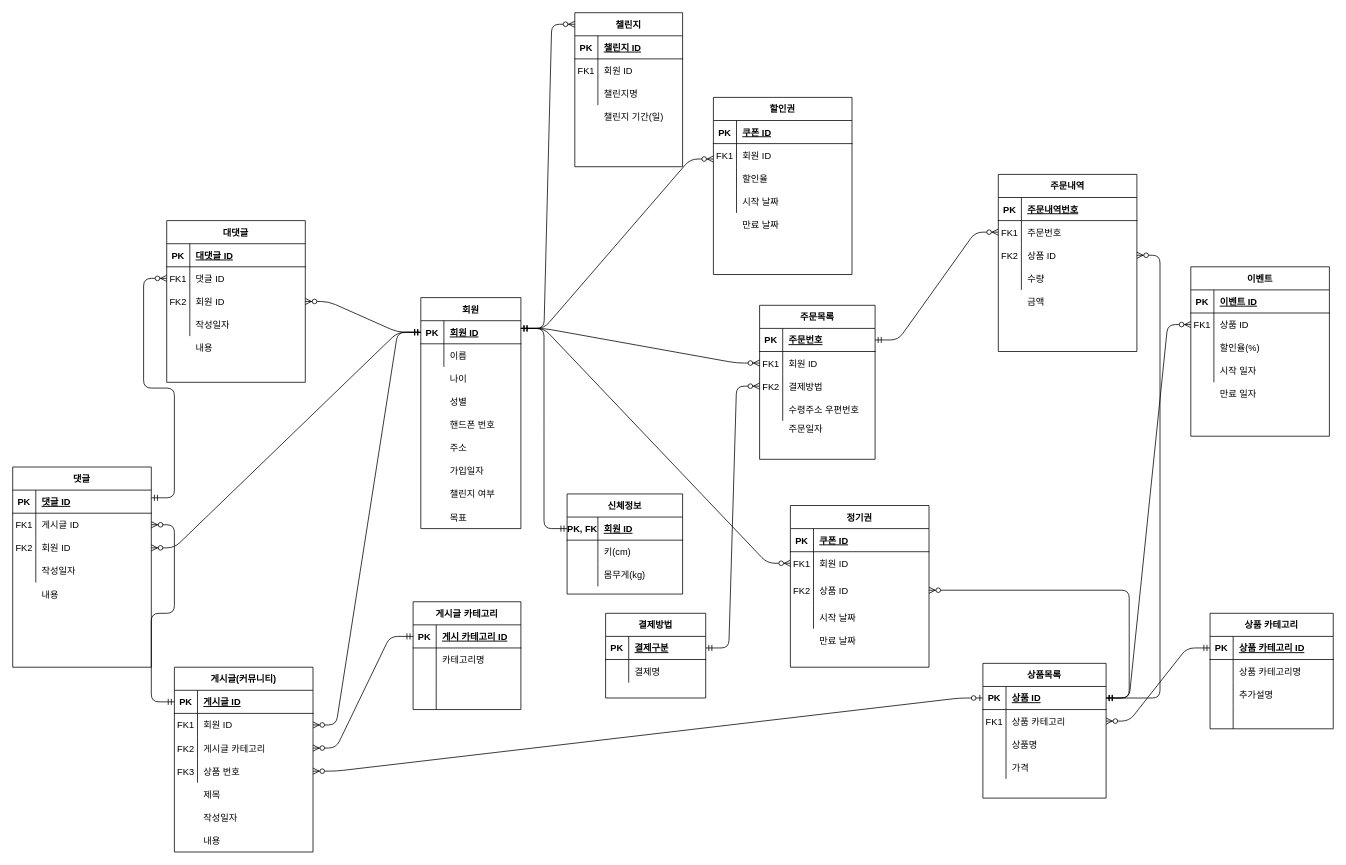
This is Untitled Diagram.drawio from eunhwa99/Lab-Intern, a draw.io file, before an edit. Source tidied: cells renumbered, new cells numbered last; positions are measured from the earlier drawing's top-left corner, leaving out a move shared by most shapes. Both pictures are drawn from the tidied source at 77%, with x=0, y=0 at pixel (12, 12).
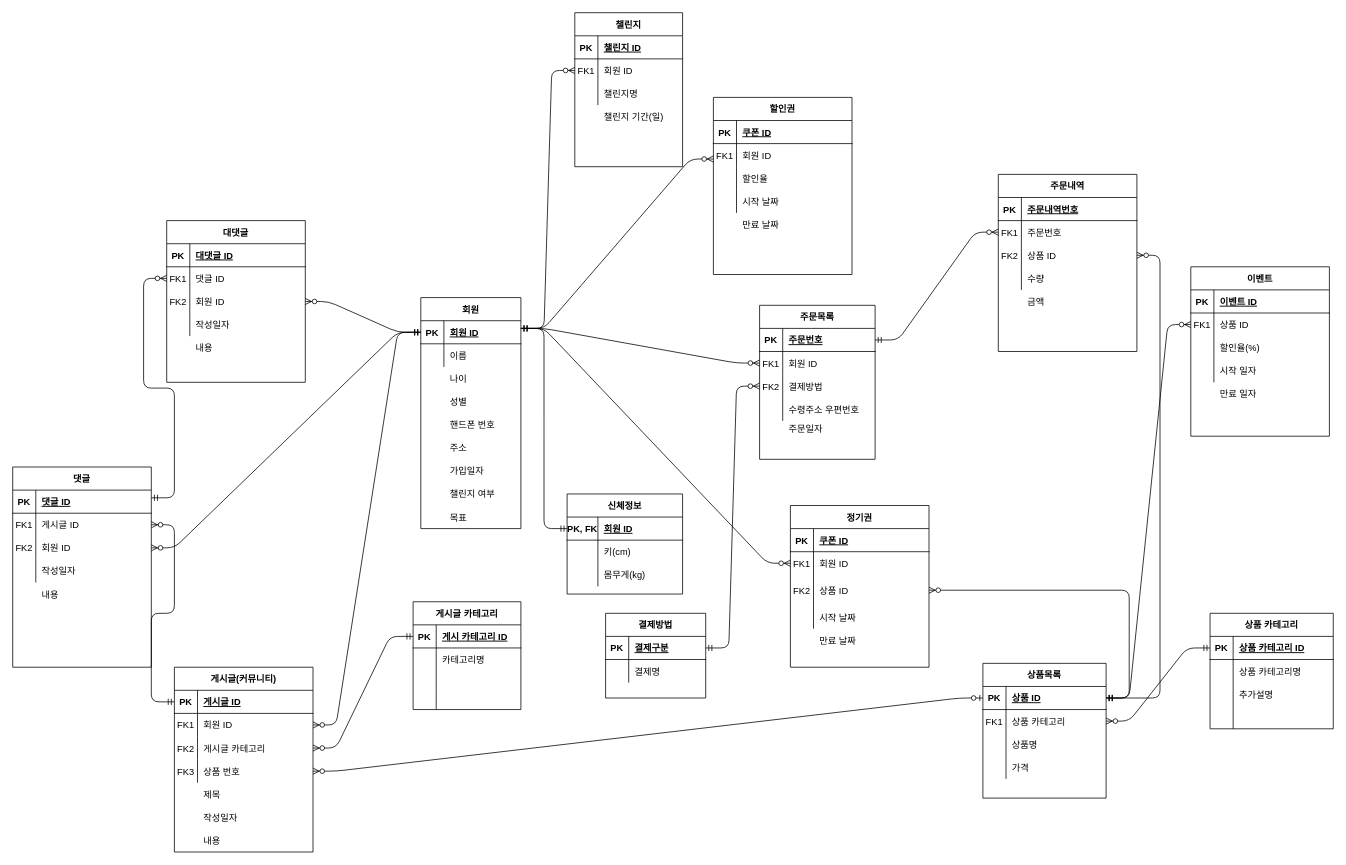
After the change.

Unchanged cells that the change refers to:
```xml
<mxCell id="6" style="shape=partialRectangle;fillColor=none;points=[[0,0.5],[1,0.5]];portConstraint=eastwest;top=0;left=0;right=0;bottom=0;" parent="2" vertex="1">
  <mxGeometry y="60" width="140" height="30" as="geometry" />
</mxCell>
```

The edit, as a diff of the source:
```diff
@@
-    <mxCell id="208" style="edgeStyle=entityRelationEdgeStyle;fontSize=12;html=1;endArrow=ERzeroToMany;startArrow=ERmandOne;" parent="1" edge="1">
+    <mxCell id="208" style="edgeStyle=entityRelationEdgeStyle;fontSize=12;html=1;endArrow=ERzeroToMany;startArrow=ERmandOne;entryX=0;entryY=0.5;entryDx=0;entryDy=0;" parent="1" edge="1" target="6">
       <mxGeometry relative="1" as="geometry">
         <mxPoint x="660" y="410" as="sourcePoint" />
-        <mxPoint x="730" y="15" as="targetPoint" />
       </mxGeometry>
     </mxCell>
```
